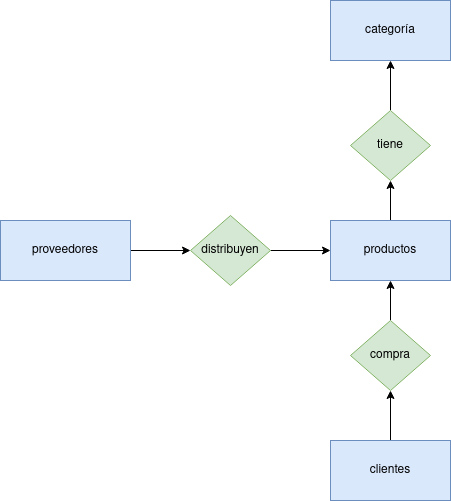
This is Unidad-1/Tareas./Tarea-1/Diagrama Sistema de Ventas.drawio.png from mdiogc/base-datos, a draw.io export, as it was before one commit. Source tidied: cells renumbered, new cells last; positions are measured from the earlier drawing's top-left corner, leaving out a move shared by most shapes.
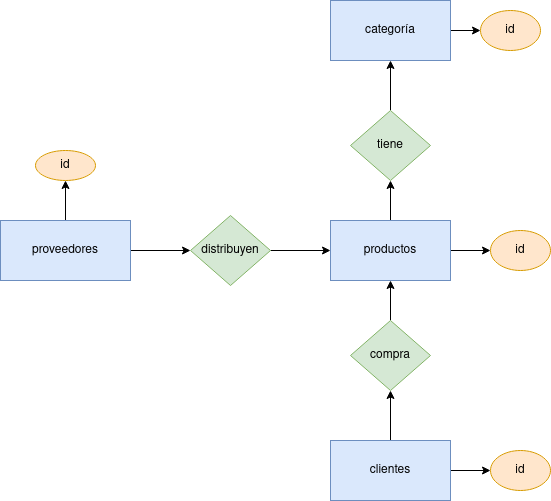
The same file after the commit.

Change to the diagram source:
```diff
@@ -5,18 +5,27 @@
     <mxCell id="2" style="edgeStyle=orthogonalEdgeStyle;rounded=0;jettySize=auto;html=1;exitX=1;exitY=0.5;exitDx=0;exitDy=0;" parent="1" edge="1" source="3" target="9">
       <mxGeometry relative="1" as="geometry" />
     </mxCell>
+    <mxCell id="15" style="edgeStyle=orthogonalEdgeStyle;rounded=0;jettySize=auto;html=1;exitX=0.5;exitY=0;exitDx=0;exitDy=0;" parent="1" edge="1" source="3" target="19">
+      <mxGeometry relative="1" as="geometry" />
+    </mxCell>
     <mxCell id="3" value="proveedores" style="rounded=0;whiteSpace=wrap;html=1;fillColor=#dae8fc;strokeColor=#6c8ebf;" parent="1" vertex="1">
       <mxGeometry y="220" width="130" height="60" as="geometry" />
     </mxCell>
     <mxCell id="4" style="edgeStyle=orthogonalEdgeStyle;rounded=0;jettySize=auto;html=1;" parent="1" edge="1" source="5" target="11">
       <mxGeometry relative="1" as="geometry" />
     </mxCell>
+    <mxCell id="16" style="edgeStyle=orthogonalEdgeStyle;rounded=0;jettySize=auto;html=1;exitX=1;exitY=0.5;exitDx=0;exitDy=0;entryX=0;entryY=0.5;entryDx=0;entryDy=0;" parent="1" edge="1" source="5" target="22">
+      <mxGeometry relative="1" as="geometry" />
+    </mxCell>
     <mxCell id="5" value="clientes" style="rounded=0;whiteSpace=wrap;html=1;fillColor=#dae8fc;strokeColor=#6c8ebf;" parent="1" vertex="1">
       <mxGeometry x="330" y="440" width="120" height="60" as="geometry" />
     </mxCell>
     <mxCell id="6" style="edgeStyle=orthogonalEdgeStyle;rounded=0;jettySize=auto;html=1;exitX=0.5;exitY=0;exitDx=0;exitDy=0;" parent="1" edge="1" source="7" target="14">
       <mxGeometry relative="1" as="geometry" />
     </mxCell>
+    <mxCell id="17" style="edgeStyle=orthogonalEdgeStyle;rounded=0;jettySize=auto;html=1;exitX=1;exitY=0.5;exitDx=0;exitDy=0;entryX=0;entryY=0.5;entryDx=0;entryDy=0;" parent="1" edge="1" source="7" target="21">
+      <mxGeometry relative="1" as="geometry" />
+    </mxCell>
     <mxCell id="7" value="productos" style="rounded=0;whiteSpace=wrap;html=1;fillColor=#dae8fc;strokeColor=#6c8ebf;" parent="1" vertex="1">
       <mxGeometry x="330" y="220" width="120" height="60" as="geometry" />
     </mxCell>
@@ -32,6 +41,9 @@
     <mxCell id="11" value="compra" style="rhombus;whiteSpace=wrap;html=1;fillColor=#d5e8d4;strokeColor=#82b366;" parent="1" vertex="1">
       <mxGeometry x="350" y="320" width="80" height="70" as="geometry" />
     </mxCell>
+    <mxCell id="18" style="edgeStyle=orthogonalEdgeStyle;rounded=0;jettySize=auto;html=1;exitX=1;exitY=0.5;exitDx=0;exitDy=0;entryX=0;entryY=0.5;entryDx=0;entryDy=0;" parent="1" edge="1" source="12" target="20">
+      <mxGeometry relative="1" as="geometry" />
+    </mxCell>
     <mxCell id="12" value="categoría" style="rounded=0;whiteSpace=wrap;html=1;fillColor=#dae8fc;strokeColor=#6c8ebf;" parent="1" vertex="1">
       <mxGeometry x="330" width="120" height="60" as="geometry" />
     </mxCell>
@@ -41,5 +53,17 @@
     <mxCell id="14" value="tiene" style="rhombus;whiteSpace=wrap;html=1;fillColor=#d5e8d4;strokeColor=#82b366;" parent="1" vertex="1">
       <mxGeometry x="350" y="110" width="80" height="70" as="geometry" />
     </mxCell>
+    <mxCell id="19" value="id" style="ellipse;whiteSpace=wrap;html=1;fillColor=#ffe6cc;strokeColor=#d79b00;" parent="1" vertex="1">
+      <mxGeometry x="35" y="150" width="60" height="30" as="geometry" />
+    </mxCell>
+    <mxCell id="20" value="id" style="ellipse;whiteSpace=wrap;html=1;fillColor=#ffe6cc;strokeColor=#d79b00;" parent="1" vertex="1">
+      <mxGeometry x="480" y="10" width="60" height="40" as="geometry" />
+    </mxCell>
+    <mxCell id="21" value="id" style="ellipse;whiteSpace=wrap;html=1;fillColor=#ffe6cc;strokeColor=#d79b00;" parent="1" vertex="1">
+      <mxGeometry x="490" y="230" width="60" height="40" as="geometry" />
+    </mxCell>
+    <mxCell id="22" value="id" style="ellipse;whiteSpace=wrap;html=1;fillColor=#ffe6cc;strokeColor=#d79b00;" parent="1" vertex="1">
+      <mxGeometry x="490" y="450" width="60" height="40" as="geometry" />
+    </mxCell>
   </root>
 </mxGraphModel>
```
